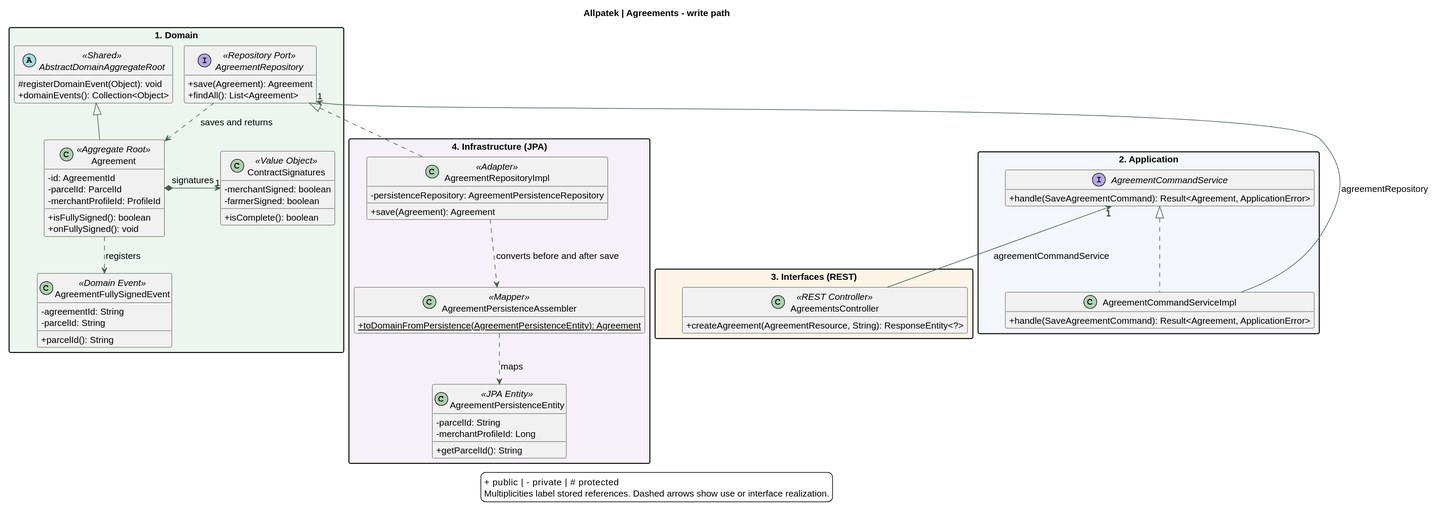
Before: assets/chapter-04/architecture/10-classes-contracts.svg, a diagram exported from PlantUML (upc-pre-202620-1asi0729-7753-Terranova/allpatek-report).
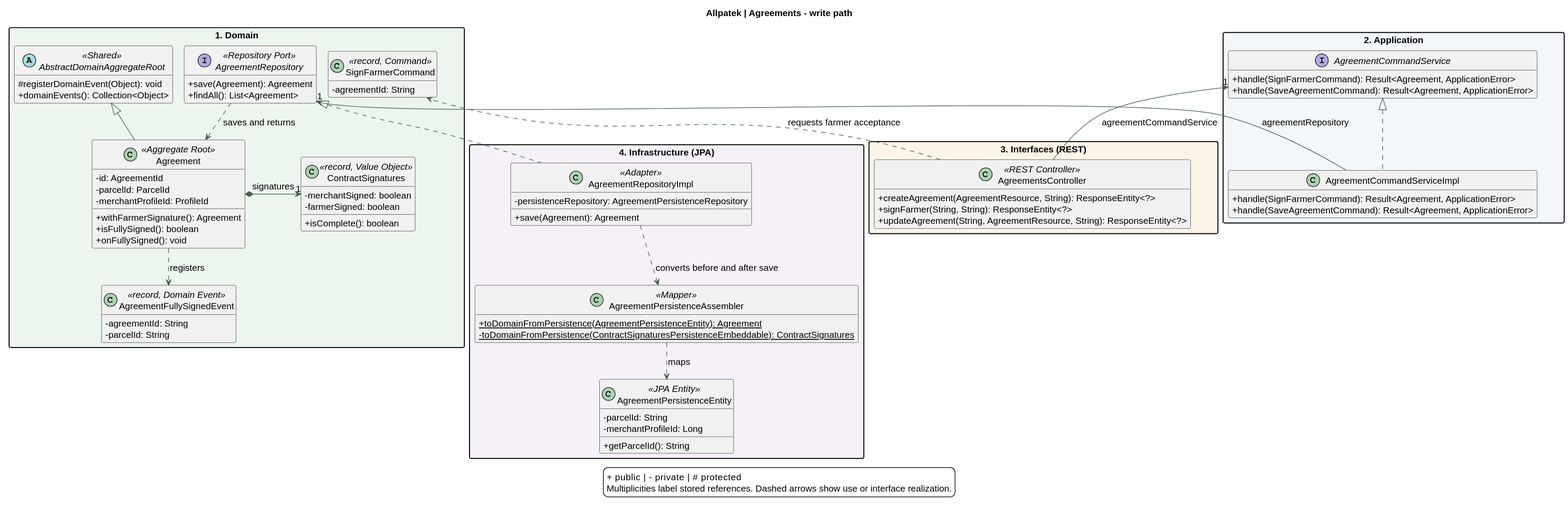
The same file after the commit.

Commit message:
docs(uml): model farmer signature commands and agreement updates

What changed in the source:
```diff
@@ -13,14 +13,18 @@
 title Allpatek | Agreements - write path
 
 package "1. Domain" as Domain #ECF6EF {
+  class SignFarmerCommand <<record, Command>> {
+    -agreementId: String
+  }
   class Agreement <<Aggregate Root>> {
     -id: AgreementId
     -parcelId: ParcelId
     -merchantProfileId: ProfileId
+    +withFarmerSignature(): Agreement
     +isFullySigned(): boolean
     +onFullySigned(): void
   }
-  class ContractSignatures <<Value Object>> {
+  class ContractSignatures <<record, Value Object>> {
     -merchantSigned: boolean
     -farmerSigned: boolean
     +isComplete(): boolean
@@ -35,19 +39,20 @@
     #registerDomainEvent(Object): void
     +domainEvents(): Collection<Object>
   }
-  class AgreementFullySignedEvent <<Domain Event>> {
+  class AgreementFullySignedEvent <<record, Domain Event>> {
     -agreementId: String
     -parcelId: String
-    +parcelId(): String
   }
   AbstractDomainAggregateRoot <|-- Agreement
   Agreement ..> AgreementFullySignedEvent : registers
 }
 package "2. Application" as Application #F3F6FA {
   interface AgreementCommandService {
+    +handle(SignFarmerCommand): Result<Agreement, ApplicationError>
     +handle(SaveAgreementCommand): Result<Agreement, ApplicationError>
   }
   class AgreementCommandServiceImpl {
+    +handle(SignFarmerCommand): Result<Agreement, ApplicationError>
     +handle(SaveAgreementCommand): Result<Agreement, ApplicationError>
   }
   AgreementCommandService <|.. AgreementCommandServiceImpl
@@ -55,6 +60,8 @@
 package "3. Interfaces (REST)" as Interfaces #FDF4E8 {
   class AgreementsController <<REST Controller>> {
     +createAgreement(AgreementResource, String): ResponseEntity<?>
+    +signFarmer(String, String): ResponseEntity<?>
+    +updateAgreement(String, AgreementResource, String): ResponseEntity<?>
   }
 }
 package "4. Infrastructure (JPA)" as Infrastructure #F6F1F8 {
@@ -64,6 +71,7 @@
   }
   class AgreementPersistenceAssembler <<Mapper>> {
     {static} +toDomainFromPersistence(AgreementPersistenceEntity): Agreement
+    {static} -toDomainFromPersistence(ContractSignaturesPersistenceEmbeddable): ContractSignatures
   }
   class AgreementPersistenceEntity <<JPA Entity>> {
     -parcelId: String
@@ -79,6 +87,7 @@
 Domain -[hidden]down-> Application
 Application -[hidden]down-> Interfaces
 
+AgreementsController ..> SignFarmerCommand : requests farmer acceptance
 legend bottom
 + public  |  - private  |  # protected
 Multiplicities label stored references. Dashed arrows show use or interface realization.
```
